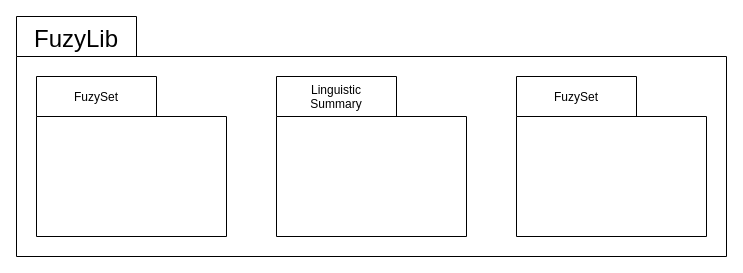
Above: raport/assets/uml/packets.drawio in KapravveOczko/LinguisticSummariesOfRelationalDatabases (draw.io), before the change. Source tidied: cells renumbered, new cells numbered last; positions are measured from the earlier drawing's top-left corner, leaving out a move shared by most shapes. Both pictures are drawn from the tidied source at 100%, with x=0, y=0 at pixel (16, 16).
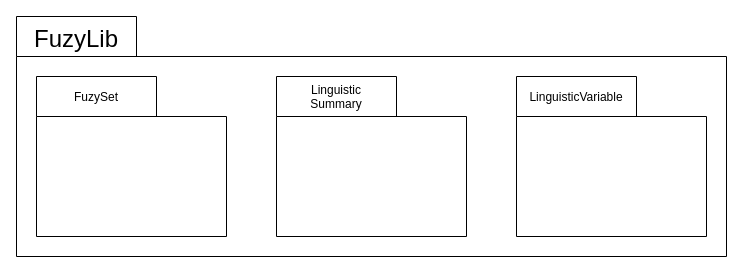
The same page after the edit.

The edit, as a diff of the source:
```diff
@@
 <mxGraphModel>
   <root>
     <mxCell id="0" />
     <mxCell id="1" parent="0" />
     <mxCell id="2" style="shape=folder;fontStyle=1;spacingTop=10;tabWidth=120;tabHeight=40;tabPosition=left;html=1;whiteSpace=wrap;" parent="1" vertex="1">
       <mxGeometry width="710" height="240" as="geometry" />
     </mxCell>
     <mxCell id="3" style="shape=folder;fontStyle=1;spacingTop=10;tabWidth=120;tabHeight=40;tabPosition=left;html=1;whiteSpace=wrap;" parent="1" vertex="1">
       <mxGeometry x="260" y="60" width="190" height="160" as="geometry" />
     </mxCell>
     <mxCell id="4" value="FuzyLib" style="text;strokeColor=none;fillColor=none;fontSize=24;fontStyle=0;verticalAlign=middle;align=center;" parent="1" vertex="1">
       <mxGeometry x="10" width="100" height="40" as="geometry" />
     </mxCell>
     <mxCell id="5" style="shape=folder;fontStyle=1;spacingTop=10;tabWidth=120;tabHeight=40;tabPosition=left;html=1;whiteSpace=wrap;" parent="1" vertex="1">
       <mxGeometry x="20" y="60" width="190" height="160" as="geometry" />
     </mxCell>
     <mxCell id="6" value="FuzySet" style="text;strokeColor=none;fillColor=none;fontSize=12;fontStyle=0;verticalAlign=middle;align=center;" parent="1" vertex="1">
       <mxGeometry x="30" y="60" width="100" height="40" as="geometry" />
     </mxCell>
     <mxCell id="7" value="Linguistic &#10;Summary" style="text;strokeColor=none;fillColor=none;fontSize=12;fontStyle=0;verticalAlign=middle;align=center;" parent="1" vertex="1">
       <mxGeometry x="270" y="60" width="100" height="40" as="geometry" />
     </mxCell>
     <mxCell id="8" style="shape=folder;fontStyle=1;spacingTop=10;tabWidth=120;tabHeight=40;tabPosition=left;html=1;whiteSpace=wrap;" parent="1" vertex="1">
       <mxGeometry x="500" y="60" width="190" height="160" as="geometry" />
     </mxCell>
-    <mxCell id="9" value="FuzySet" style="text;strokeColor=none;fillColor=none;fontSize=12;fontStyle=0;verticalAlign=middle;align=center;" parent="1" vertex="1">
+    <mxCell id="9" value="LinguisticVariable" style="text;strokeColor=none;fillColor=none;fontSize=12;fontStyle=0;verticalAlign=middle;align=center;" parent="1" vertex="1">
       <mxGeometry x="510" y="60" width="100" height="40" as="geometry" />
     </mxCell>
   </root>
 </mxGraphModel>
```
